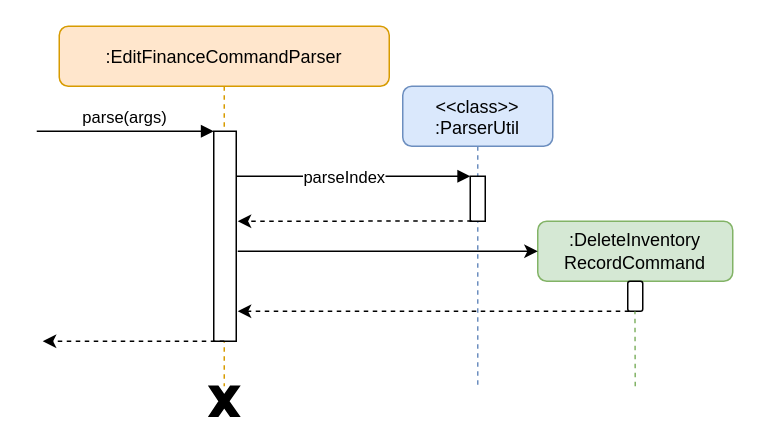
Above: docs/diagrams/logic/DeleteInventoryRecordSequenceDiagram.drawio in nus-cs2103-AY2021S1/tp (draw.io), before the change. Source tidied: cells renumbered, new cells numbered last; positions are measured from the earlier drawing's top-left corner, leaving out a move shared by most shapes. Both pictures are drawn from the tidied source at 150%, with x=0, y=0 at pixel (36, 26).
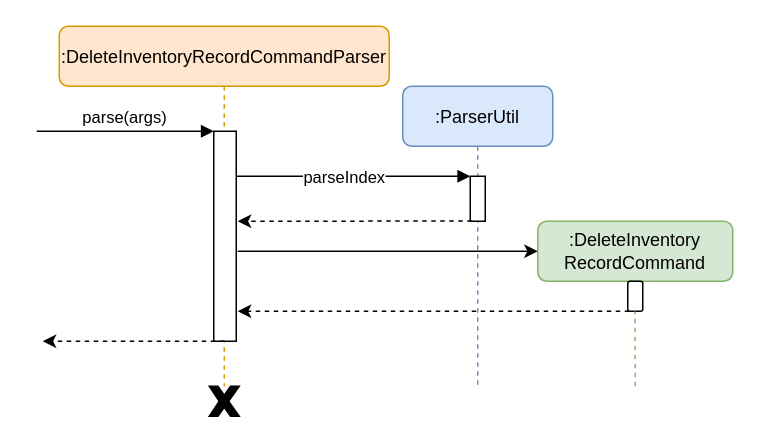
The same page after the edit.

The edit, as a diff of the source:
```diff
@@
-    <mxCell id="2" value=":EditFinanceCommandParser" style="shape=umlLifeline;perimeter=lifelinePerimeter;rounded=1;shadow=0;strokeWidth=1;fillColor=#ffe6cc;strokeColor=#d79b00;" parent="1" vertex="1">
+    <mxCell id="2" value=":DeleteInventoryRecordCommandParser" style="shape=umlLifeline;perimeter=lifelinePerimeter;rounded=1;shadow=0;strokeWidth=1;fillColor=#ffe6cc;strokeColor=#d79b00;" parent="1" vertex="1">
       <mxGeometry x="15" width="220" height="240" as="geometry" />
     </mxCell>
@@
-    <mxCell id="5" value="&lt;&lt;class&gt;&gt;&#10;:ParserUtil" style="shape=umlLifeline;perimeter=lifelinePerimeter;rounded=1;shadow=0;strokeWidth=1;size=40;fillColor=#dae8fc;strokeColor=#6c8ebf;" parent="1" vertex="1">
+    <mxCell id="5" value=":ParserUtil" style="shape=umlLifeline;perimeter=lifelinePerimeter;rounded=1;shadow=0;strokeWidth=1;size=40;fillColor=#dae8fc;strokeColor=#6c8ebf;" parent="1" vertex="1">
       <mxGeometry x="244" y="40" width="100" height="200" as="geometry" />
     </mxCell>
```
